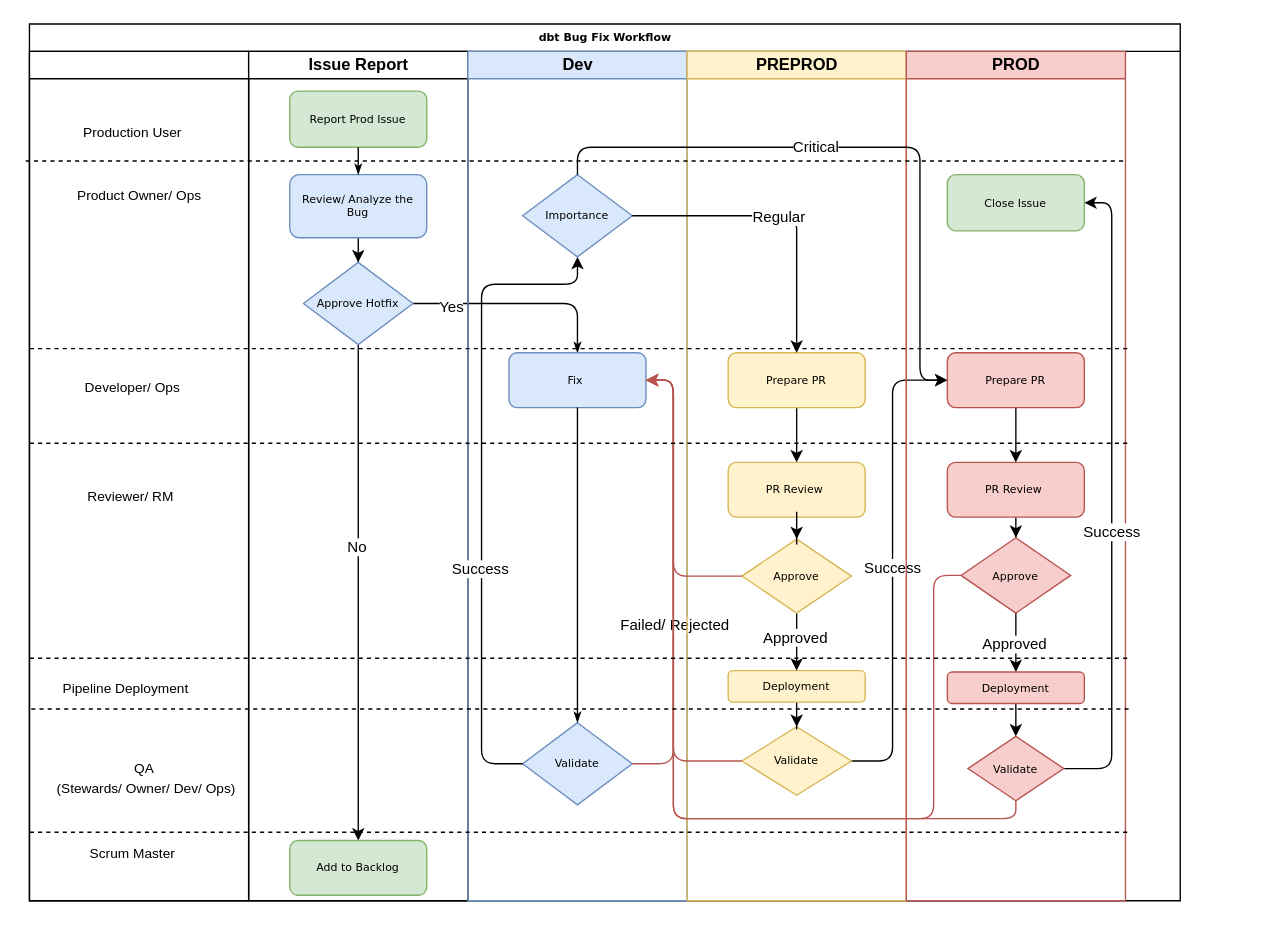
Earlier version of the draw.io diagram dbtFlow.drawio (jijeeshme/diagrams). Source tidied: cells renumbered, new cells numbered last; positions are measured from the earlier drawing's top-left corner, leaving out a move shared by most shapes. Both pictures are drawn from the tidied source at 137%, with x=0, y=0 at pixel (25, 23).
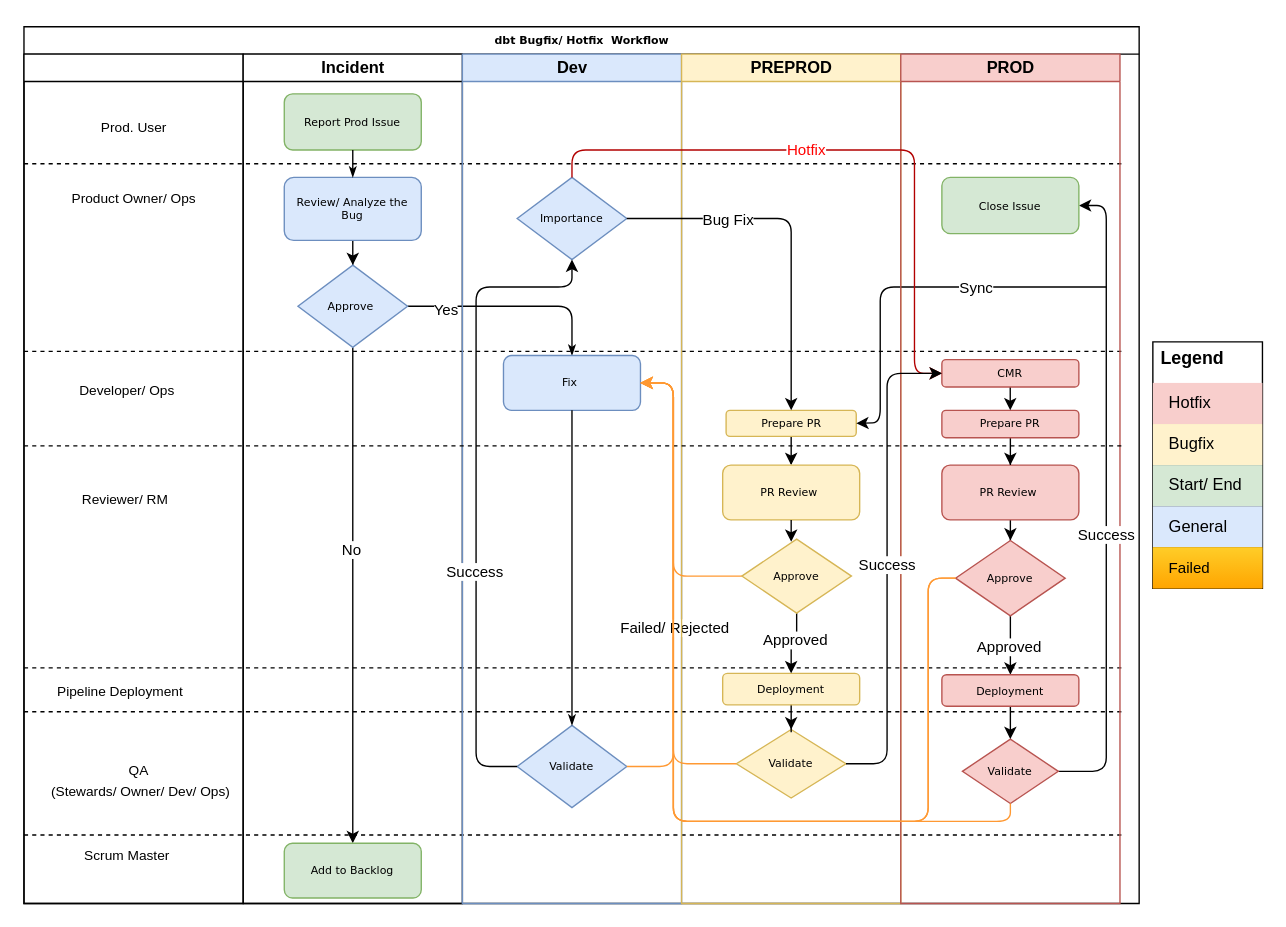
Above is the later version.

The change refers to these unchanged cells:
```xml
<mxCell id="3" style="swimlane;html=1;startSize=20;" parent="2" vertex="1">
  <mxGeometry y="20" width="160" height="620" as="geometry" />
</mxCell>
<mxCell id="22" value="Dev" style="swimlane;html=1;startSize=20;fillColor=#dae8fc;strokeColor=#6c8ebf;" parent="2" vertex="1">
  <mxGeometry x="320" y="20" width="160" height="620" as="geometry" />
</mxCell>
<mxCell id="23" value="Fix&amp;nbsp;" style="rounded=1;whiteSpace=wrap;html=1;shadow=0;labelBackgroundColor=none;strokeWidth=1;fontFamily=Verdana;fontSize=8;align=center;fillColor=#dae8fc;strokeColor=#6c8ebf;" parent="22" vertex="1">
  <mxGeometry x="30" y="220" width="100" height="40" as="geometry" />
</mxCell>
<mxCell id="24" value="Validate" style="rhombus;whiteSpace=wrap;html=1;rounded=0;shadow=0;labelBackgroundColor=none;strokeWidth=1;fontFamily=Verdana;fontSize=8;align=center;fillColor=#dae8fc;strokeColor=#6c8ebf;" parent="22" vertex="1">
  <mxGeometry x="40" y="490" width="80" height="60" as="geometry" />
</mxCell>
<mxCell id="28" value="Importance" style="rhombus;whiteSpace=wrap;html=1;rounded=0;shadow=0;labelBackgroundColor=none;strokeWidth=1;fontFamily=Verdana;fontSize=8;align=center;fillColor=#dae8fc;strokeColor=#6c8ebf;" parent="22" vertex="1">
  <mxGeometry x="40" y="90" width="80" height="60" as="geometry" />
</mxCell>
<mxCell id="29" value="PREPROD" style="swimlane;html=1;startSize=20;fillColor=#fff2cc;strokeColor=#d6b656;" parent="2" vertex="1">
  <mxGeometry x="480" y="20" width="160" height="620" as="geometry" />
</mxCell>
<mxCell id="32" value="PR Review&amp;nbsp;" style="rounded=1;whiteSpace=wrap;html=1;shadow=0;labelBackgroundColor=none;strokeWidth=1;fontFamily=Verdana;fontSize=8;align=center;fillColor=#fff2cc;strokeColor=#d6b656;" parent="29" vertex="1">
  <mxGeometry x="30" y="300" width="100" height="40" as="geometry" />
</mxCell>
<mxCell id="35" value="Validate" style="rhombus;whiteSpace=wrap;html=1;rounded=0;shadow=0;labelBackgroundColor=none;strokeWidth=1;fontFamily=Verdana;fontSize=8;align=center;fillColor=#fff2cc;strokeColor=#d6b656;" parent="29" vertex="1">
  <mxGeometry x="40" y="493" width="80" height="50" as="geometry" />
</mxCell>
<mxCell id="38" value="PROD" style="swimlane;html=1;startSize=20;fillColor=#f8cecc;strokeColor=#b85450;" parent="2" vertex="1">
  <mxGeometry x="640" y="20" width="160" height="620" as="geometry" />
</mxCell>
<mxCell id="45" value="Approve" style="rhombus;whiteSpace=wrap;html=1;rounded=0;shadow=0;labelBackgroundColor=none;strokeWidth=1;fontFamily=Verdana;fontSize=8;align=center;fillColor=#f8cecc;strokeColor=#b85450;" parent="38" vertex="1">
  <mxGeometry x="40" y="355" width="80" height="55" as="geometry" />
</mxCell>
<mxCell id="48" value="Validate" style="rhombus;whiteSpace=wrap;html=1;rounded=0;shadow=0;labelBackgroundColor=none;strokeWidth=1;fontFamily=Verdana;fontSize=8;align=center;fillColor=#f8cecc;strokeColor=#b85450;" parent="38" vertex="1">
  <mxGeometry x="45" y="500" width="70" height="47" as="geometry" />
</mxCell>
<mxCell id="64" value="Approve" style="rhombus;whiteSpace=wrap;html=1;rounded=0;shadow=0;labelBackgroundColor=none;strokeWidth=1;fontFamily=Verdana;fontSize=8;align=center;fillColor=#fff2cc;strokeColor=#d6b656;" parent="1" vertex="1">
  <mxGeometry x="523" y="376" width="80" height="54" as="geometry" />
</mxCell>
```

The edit, as a diff of the source:
```diff
@@
-    <mxCell id="2" value="dbt Bug Fix Workflow" style="swimlane;html=1;startSize=20;rounded=0;shadow=0;labelBackgroundColor=none;strokeWidth=1;fontFamily=Verdana;fontSize=8;align=center;" parent="1" vertex="1">
-      <mxGeometry x="3" width="840" height="640" as="geometry" />
+    <mxCell id="2" value="dbt Bugfix/ Hotfix&amp;nbsp; Workflow" style="swimlane;html=1;startSize=20;rounded=0;shadow=0;labelBackgroundColor=none;strokeWidth=1;fontFamily=Verdana;fontSize=8;align=center;" parent="1" vertex="1">
+      <mxGeometry x="-1" y="2" width="814" height="640" as="geometry" />
     </mxCell>
@@
-    <mxCell id="4" value="&lt;font style=&quot;font-size: 10px;&quot;&gt;Production User&lt;/font&gt;" style="text;html=1;align=center;verticalAlign=middle;strokeColor=none;fillColor=none;" parent="3" vertex="1">
-      <mxGeometry x="25" y="44" width="100" height="30" as="geometry" />
+    <mxCell id="4" value="&lt;span style=&quot;font-size: 10px;&quot;&gt;&amp;nbsp; &amp;nbsp;&lt;/span&gt;" style="text;html=1;align=center;verticalAlign=middle;strokeColor=none;fillColor=none;" parent="3" vertex="1">
+      <mxGeometry x="60" y="44" width="30" height="30" as="geometry" />
     </mxCell>
@@
+    <mxCell id="61" style="endArrow=none;dashed=1;html=1;rounded=0;" parent="3" edge="1">
+      <mxGeometry relative="1" as="geometry">
+        <mxPoint y="80" as="sourcePoint" />
+        <mxPoint x="802.7" y="80" as="targetPoint" />
+      </mxGeometry>
+    </mxCell>
+    <mxCell id="67" style="endArrow=none;dashed=1;html=1;rounded=0;" parent="3" edge="1">
+      <mxGeometry relative="1" as="geometry">
+        <mxPoint y="217" as="sourcePoint" />
+        <mxPoint x="804" y="217" as="targetPoint" />
+      </mxGeometry>
+    </mxCell>
+    <mxCell id="69" style="endArrow=none;dashed=1;html=1;rounded=0;" parent="3" edge="1">
+      <mxGeometry relative="1" as="geometry">
+        <mxPoint y="448" as="sourcePoint" />
+        <mxPoint x="804" y="448" as="targetPoint" />
+      </mxGeometry>
+    </mxCell>
+    <mxCell id="71" style="endArrow=none;dashed=1;html=1;rounded=0;" parent="3" edge="1">
+      <mxGeometry relative="1" as="geometry">
+        <mxPoint y="480" as="sourcePoint" />
+        <mxPoint x="804" y="480" as="targetPoint" />
+      </mxGeometry>
+    </mxCell>
+    <mxCell id="70" style="endArrow=none;dashed=1;html=1;rounded=0;" parent="3" edge="1">
+      <mxGeometry relative="1" as="geometry">
+        <mxPoint y="570" as="sourcePoint" />
+        <mxPoint x="804" y="570" as="targetPoint" />
+      </mxGeometry>
+    </mxCell>
+    <mxCell id="72" value="&lt;font style=&quot;font-size: 10px;&quot;&gt;Prod. User&lt;/font&gt;" style="text;html=1;align=center;verticalAlign=middle;strokeColor=none;fillColor=none;" parent="3" vertex="1">
+      <mxGeometry x="45" y="38" width="70" height="30" as="geometry" />
+    </mxCell>
@@
-    <mxCell id="13" value="Issue Report" style="swimlane;html=1;startSize=20;" parent="2" vertex="1">
+    <mxCell id="13" value="Incident" style="swimlane;html=1;startSize=20;" parent="2" vertex="1">
       <mxGeometry x="160" y="20" width="160" height="620" as="geometry" />
     </mxCell>
@@
-    <mxCell id="20" value="Approve Hotfix" style="rhombus;whiteSpace=wrap;html=1;rounded=0;shadow=0;labelBackgroundColor=none;strokeWidth=1;fontFamily=Verdana;fontSize=8;align=center;fillColor=#dae8fc;strokeColor=#6c8ebf;" parent="13" vertex="1">
+    <mxCell id="20" value="Approve&amp;nbsp;" style="rhombus;whiteSpace=wrap;html=1;rounded=0;shadow=0;labelBackgroundColor=none;strokeWidth=1;fontFamily=Verdana;fontSize=8;align=center;fillColor=#dae8fc;strokeColor=#6c8ebf;" parent="13" vertex="1">
       <mxGeometry x="40" y="154" width="80" height="60" as="geometry" />
     </mxCell>
@@
-    <mxCell id="26" style="edgeStyle=orthogonalEdgeStyle;rounded=1;html=1;labelBackgroundColor=none;startArrow=none;startFill=0;startSize=5;endArrow=classicThin;endFill=1;endSize=5;jettySize=auto;strokeWidth=1;fontFamily=Verdana;fontSize=8;entryX=1;entryY=0.5;entryDx=0;entryDy=0;exitX=1;exitY=0.5;exitDx=0;exitDy=0;fillColor=#f8cecc;strokeColor=#b85450;" parent="22" edge="1" source="24" target="23">
+    <mxCell id="26" style="edgeStyle=orthogonalEdgeStyle;rounded=1;html=1;labelBackgroundColor=none;startArrow=none;startFill=0;startSize=5;endArrow=classicThin;endFill=1;endSize=5;jettySize=auto;strokeWidth=1;fontFamily=Verdana;fontSize=8;entryX=1;entryY=0.5;entryDx=0;entryDy=0;exitX=1;exitY=0.5;exitDx=0;exitDy=0;fillColor=#f8cecc;strokeColor=#FF9933;" parent="22" edge="1" source="24" target="23">
       <mxGeometry relative="1" as="geometry">
         <Array as="points">
-          <mxPoint x="150" y="520" />
-          <mxPoint x="150" y="240" />
+          <mxPoint x="154" y="520" />
+          <mxPoint x="154" y="240" />
         </Array>
       </mxGeometry>
     </mxCell>
@@
     <mxCell id="31" value="Prepare PR" style="rounded=1;whiteSpace=wrap;html=1;shadow=0;labelBackgroundColor=none;strokeWidth=1;fontFamily=Verdana;fontSize=8;align=center;fillColor=#fff2cc;strokeColor=#d6b656;" parent="29" vertex="1">
-      <mxGeometry x="30" y="220" width="100" height="40" as="geometry" />
+      <mxGeometry x="32.5" y="260" width="95" height="19" as="geometry" />
     </mxCell>
@@
-    <mxCell id="33" style="edgeStyle=orthogonalEdgeStyle;rounded=1;jettySize=auto;html=1;exitX=1;exitY=0.5;exitDx=0;exitDy=0;" parent="29" edge="1" source="35">
-      <mxGeometry relative="1" as="geometry">
-        <mxPoint x="190" y="240" as="targetPoint" />
-        <Array as="points">
-          <mxPoint x="150" y="518" />
-          <mxPoint x="150" y="240" />
-        </Array>
-      </mxGeometry>
-    </mxCell>
-    <mxCell id="34" value="Success" style="edgeLabel;html=1;align=center;verticalAlign=middle;" parent="33" vertex="1">
-      <mxGeometry x="-0.01" y="1" relative="1" as="geometry" />
-    </mxCell>
@@
+    <mxCell id="73" style="endArrow=classic;html=1;rounded=1;entryX=1;entryY=0.5;entryDx=0;entryDy=0;" parent="29" edge="1" target="31">
+      <mxGeometry relative="1" as="geometry">
+        <mxPoint x="310" y="170" as="sourcePoint" />
+        <Array as="points">
+          <mxPoint x="145" y="170" />
+          <mxPoint x="145" y="269" />
+        </Array>
+      </mxGeometry>
+    </mxCell>
+    <mxCell id="74" value="Sync" style="edgeLabel;html=1;align=center;verticalAlign=middle;" parent="73" vertex="1">
+      <mxGeometry x="-0.12" relative="1" as="geometry">
+        <mxPoint x="28" as="offset" />
+      </mxGeometry>
+    </mxCell>
+    <mxCell id="75" style="edgeStyle=orthogonalEdgeStyle;rounded=0;orthogonalLoop=1;jettySize=auto;html=1;entryX=0.5;entryY=0;entryDx=0;entryDy=0;" parent="29" edge="1">
+      <mxGeometry relative="1" as="geometry">
+        <mxPoint x="80" y="340" as="sourcePoint" />
+        <mxPoint x="80" y="356" as="targetPoint" />
+      </mxGeometry>
+    </mxCell>
@@
     <mxCell id="42" value="Prepare PR" style="rounded=1;whiteSpace=wrap;html=1;shadow=0;labelBackgroundColor=none;strokeWidth=1;fontFamily=Verdana;fontSize=8;align=center;fillColor=#f8cecc;strokeColor=#b85450;" parent="38" vertex="1">
-      <mxGeometry x="30" y="220" width="100" height="40" as="geometry" />
+      <mxGeometry x="30" y="260" width="100" height="20" as="geometry" />
     </mxCell>
@@
+    <mxCell id="76" style="edgeStyle=orthogonalEdgeStyle;rounded=0;orthogonalLoop=1;jettySize=auto;html=1;entryX=0.5;entryY=0;entryDx=0;entryDy=0;" parent="38" edge="1">
+      <mxGeometry relative="1" as="geometry">
+        <mxPoint x="79.9" y="243" as="sourcePoint" />
+        <mxPoint x="79.9" y="260" as="targetPoint" />
+      </mxGeometry>
+    </mxCell>
+    <mxCell id="77" value="CMR" style="rounded=1;whiteSpace=wrap;html=1;shadow=0;labelBackgroundColor=none;strokeWidth=1;fontFamily=Verdana;fontSize=8;align=center;fillColor=#f8cecc;strokeColor=#b85450;" parent="38" vertex="1">
+      <mxGeometry x="30" y="223" width="100" height="20" as="geometry" />
+    </mxCell>
@@
-    <mxCell id="54" style="edgeStyle=orthogonalEdgeStyle;rounded=1;jettySize=auto;html=1;exitX=0.5;exitY=0;exitDx=0;exitDy=0;entryX=0;entryY=0.5;entryDx=0;entryDy=0;" parent="2" edge="1" source="28" target="42">
+    <mxCell id="54" style="edgeStyle=orthogonalEdgeStyle;rounded=1;jettySize=auto;html=1;exitX=0.5;exitY=0;exitDx=0;exitDy=0;entryX=0;entryY=0.5;entryDx=0;entryDy=0;fillColor=#e51400;strokeColor=#B20000;strokeWidth=1;" parent="2" edge="1" source="28" target="77">
       <mxGeometry relative="1" as="geometry">
         <Array as="points">
           <mxPoint x="400" y="90" />
           <mxPoint x="650" y="90" />
-          <mxPoint x="650" y="260" />
+          <mxPoint x="650" y="253" />
         </Array>
       </mxGeometry>
     </mxCell>
-    <mxCell id="55" value="Critical" style="edgeLabel;html=1;align=center;verticalAlign=middle;" parent="54" vertex="1">
+    <mxCell id="55" value="&lt;font color=&quot;#ff0000&quot;&gt;Hotfix&lt;/font&gt;" style="edgeLabel;html=1;align=center;verticalAlign=middle;" parent="54" vertex="1">
       <mxGeometry x="-0.16" y="1" relative="1" as="geometry" />
     </mxCell>
-    <mxCell id="56" style="edgeStyle=orthogonalEdgeStyle;rounded=1;jettySize=auto;html=1;" parent="2" edge="1" source="28" target="31">
+    <mxCell id="56" style="edgeStyle=orthogonalEdgeStyle;rounded=1;jettySize=auto;html=1;entryX=0.5;entryY=0;entryDx=0;entryDy=0;" parent="2" edge="1" source="28" target="31">
       <mxGeometry relative="1" as="geometry" />
     </mxCell>
-    <mxCell id="57" value="Regular" style="edgeLabel;html=1;align=center;verticalAlign=middle;" parent="56" vertex="1">
-      <mxGeometry x="-0.04" relative="1" as="geometry" />
+    <mxCell id="57" value="Bug Fix" style="edgeLabel;html=1;align=center;verticalAlign=middle;" parent="56" vertex="1">
+      <mxGeometry x="-0.04" relative="1" as="geometry">
+        <mxPoint x="-47" y="-5" as="offset" />
+      </mxGeometry>
     </mxCell>
-    <mxCell id="58" style="edgeStyle=orthogonalEdgeStyle;rounded=1;jettySize=auto;html=1;entryX=1;entryY=0.5;entryDx=0;entryDy=0;fillColor=#f8cecc;strokeColor=#b85450;" parent="2" edge="1" source="35" target="23">
+    <mxCell id="58" style="edgeStyle=orthogonalEdgeStyle;rounded=1;jettySize=auto;html=1;entryX=1;entryY=0.5;entryDx=0;entryDy=0;fillColor=#ffcc99;strokeColor=#FF9933;" parent="2" edge="1" source="35" target="23">
       <mxGeometry relative="1" as="geometry">
         <Array as="points">
-          <mxPoint x="470" y="538" />
-          <mxPoint x="470" y="260" />
+          <mxPoint x="474" y="538" />
+          <mxPoint x="474" y="260" />
         </Array>
       </mxGeometry>
     </mxCell>
-    <mxCell id="59" style="edgeStyle=orthogonalEdgeStyle;rounded=1;jettySize=auto;html=1;entryX=1;entryY=0.5;entryDx=0;entryDy=0;exitX=0;exitY=0.5;exitDx=0;exitDy=0;fillColor=#f8cecc;strokeColor=#b85450;" parent="2" edge="1" source="45" target="23">
+    <mxCell id="59" style="edgeStyle=orthogonalEdgeStyle;rounded=1;jettySize=auto;html=1;entryX=1;entryY=0.5;entryDx=0;entryDy=0;exitX=0;exitY=0.5;exitDx=0;exitDy=0;fillColor=#ffcc99;strokeColor=#FF9933;" parent="2" edge="1" source="45" target="23">
       <mxGeometry relative="1" as="geometry">
         <Array as="points">
           <mxPoint x="660" y="403" />
           <mxPoint x="660" y="580" />
-          <mxPoint x="470" y="580" />
-          <mxPoint x="470" y="260" />
+          <mxPoint x="474" y="580" />
+          <mxPoint x="474" y="260" />
         </Array>
       </mxGeometry>
     </mxCell>
-    <mxCell id="60" style="edgeStyle=orthogonalEdgeStyle;rounded=1;jettySize=auto;html=1;entryX=1;entryY=0.5;entryDx=0;entryDy=0;fillColor=#f8cecc;strokeColor=#b85450;exitX=0.5;exitY=1;exitDx=0;exitDy=0;" parent="2" edge="1" source="48" target="23">
+    <mxCell id="60" style="edgeStyle=orthogonalEdgeStyle;rounded=1;jettySize=auto;html=1;entryX=1;entryY=0.5;entryDx=0;entryDy=0;fillColor=#ffcc99;strokeColor=#FF9933;exitX=0.5;exitY=1;exitDx=0;exitDy=0;" parent="2" edge="1" source="48" target="23">
       <mxGeometry relative="1" as="geometry">
         <Array as="points">
           <mxPoint x="720" y="580" />
-          <mxPoint x="470" y="580" />
-          <mxPoint x="470" y="260" />
+          <mxPoint x="474" y="580" />
+          <mxPoint x="474" y="260" />
         </Array>
       </mxGeometry>
     </mxCell>
-    <mxCell id="61" style="endArrow=none;dashed=1;html=1;rounded=0;" parent="1" edge="1">
-      <mxGeometry relative="1" as="geometry">
-        <mxPoint x="0.3" y="100" as="sourcePoint" />
-        <mxPoint x="804.3" y="100" as="targetPoint" />
-      </mxGeometry>
-    </mxCell>
+    <mxCell id="33" style="edgeStyle=orthogonalEdgeStyle;rounded=1;jettySize=auto;html=1;exitX=1;exitY=0.5;exitDx=0;exitDy=0;entryX=0;entryY=0.5;entryDx=0;entryDy=0;" parent="2" edge="1" source="35" target="77">
+      <mxGeometry relative="1" as="geometry">
+        <Array as="points">
+          <mxPoint x="630" y="538" />
+          <mxPoint x="630" y="253" />
+        </Array>
+      </mxGeometry>
+    </mxCell>
+    <mxCell id="34" value="Success" style="edgeLabel;html=1;align=center;verticalAlign=middle;" parent="33" vertex="1">
+      <mxGeometry x="-0.01" y="1" relative="1" as="geometry" />
+    </mxCell>
+    <mxCell id="68" style="endArrow=none;dashed=1;html=1;rounded=0;" parent="2" edge="1">
+      <mxGeometry relative="1" as="geometry">
+        <mxPoint y="306" as="sourcePoint" />
+        <mxPoint x="804" y="306" as="targetPoint" />
+      </mxGeometry>
+    </mxCell>
+    <mxCell id="78" style="edgeStyle=orthogonalEdgeStyle;rounded=1;jettySize=auto;html=1;entryX=1;entryY=0.5;entryDx=0;entryDy=0;exitX=0;exitY=0.5;exitDx=0;exitDy=0;fillColor=#ffcc99;strokeColor=#FF9933;" parent="2" edge="1" source="45" target="23">
+      <mxGeometry relative="1" as="geometry">
+        <Array as="points">
+          <mxPoint x="660" y="403" />
+          <mxPoint x="660" y="580" />
+          <mxPoint x="474" y="580" />
+          <mxPoint x="474" y="260" />
+        </Array>
+      </mxGeometry>
+    </mxCell>
@@
+    <mxCell id="65" style="edgeStyle=orthogonalEdgeStyle;rounded=1;jettySize=auto;html=1;entryX=1;entryY=0.5;entryDx=0;entryDy=0;strokeColor=#FF9933;" parent="1" edge="1" source="64" target="23">
+      <mxGeometry relative="1" as="geometry">
+        <Array as="points">
+          <mxPoint x="473" y="403" />
+          <mxPoint x="473" y="262" />
+        </Array>
+      </mxGeometry>
+    </mxCell>
@@
-    <mxCell id="65" style="edgeStyle=orthogonalEdgeStyle;rounded=1;jettySize=auto;html=1;entryX=1;entryY=0.5;entryDx=0;entryDy=0;fillColor=#f8cecc;strokeColor=#b85450;exitX=0;exitY=0.5;exitDx=0;exitDy=0;" parent="1" edge="1" source="64" target="23">
-      <mxGeometry relative="1" as="geometry">
-        <Array as="points">
-          <mxPoint x="473" y="403" />
-          <mxPoint x="473" y="260" />
-        </Array>
-      </mxGeometry>
-    </mxCell>
-    <mxCell id="66" style="edgeStyle=orthogonalEdgeStyle;rounded=0;jettySize=auto;html=1;" parent="1" edge="1" source="32" target="64">
-      <mxGeometry relative="1" as="geometry" />
-    </mxCell>
-    <mxCell id="67" style="endArrow=none;dashed=1;html=1;rounded=0;" parent="1" edge="1">
-      <mxGeometry relative="1" as="geometry">
-        <mxPoint x="3.3" y="237" as="sourcePoint" />
-        <mxPoint x="807.3" y="237" as="targetPoint" />
-      </mxGeometry>
-    </mxCell>
-    <mxCell id="68" style="endArrow=none;dashed=1;html=1;rounded=0;" parent="1" edge="1">
-      <mxGeometry relative="1" as="geometry">
-        <mxPoint x="3.3" y="306" as="sourcePoint" />
-        <mxPoint x="807.3" y="306" as="targetPoint" />
-      </mxGeometry>
-    </mxCell>
-    <mxCell id="69" style="endArrow=none;dashed=1;html=1;rounded=0;" parent="1" edge="1">
-      <mxGeometry relative="1" as="geometry">
-        <mxPoint x="3.3" y="463" as="sourcePoint" />
-        <mxPoint x="807.3" y="463" as="targetPoint" />
-      </mxGeometry>
-    </mxCell>
-    <mxCell id="70" style="endArrow=none;dashed=1;html=1;rounded=0;" parent="1" edge="1">
-      <mxGeometry relative="1" as="geometry">
-        <mxPoint x="3.3" y="590" as="sourcePoint" />
-        <mxPoint x="807.3" y="590" as="targetPoint" />
-      </mxGeometry>
-    </mxCell>
-    <mxCell id="71" style="endArrow=none;dashed=1;html=1;rounded=0;" parent="1" edge="1">
-      <mxGeometry relative="1" as="geometry">
-        <mxPoint x="4.3" y="500" as="sourcePoint" />
-        <mxPoint x="808.3" y="500" as="targetPoint" />
-      </mxGeometry>
-    </mxCell>
+    <mxCell id="79" value="Legend" style="shape=table;startSize=30;childLayout=tableLayout;fontSize=13;align=left;verticalAlign=top;fontStyle=1;spacingLeft=6;spacing=0;rounded=0;swimlaneLine=0;shadow=0;fixedWidth=0;" parent="1" vertex="1">
+      <mxGeometry x="823" y="232" width="80" height="180" as="geometry" />
+    </mxCell>
+    <mxCell id="80" style="shape=tableRow;horizontal=0;startSize=0;swimlaneHead=0;swimlaneBody=0;strokeColor=inherit;top=0;left=0;bottom=0;right=0;fillColor=none;fontSize=12;" parent="79" vertex="1">
+      <mxGeometry y="30" width="80" height="30" as="geometry" />
+    </mxCell>
+    <mxCell id="81" value="Hotfix" style="shape=partialRectangle;html=1;whiteSpace=wrap;strokeColor=#b85450;overflow=hidden;fillColor=#f8cecc;top=0;left=0;bottom=0;right=0;fontSize=12;align=left;spacingLeft=10;spacingRight=4;" parent="80" vertex="1">
+      <mxGeometry width="80" height="30" as="geometry" />
+    </mxCell>
+    <mxCell id="82" style="shape=tableRow;horizontal=0;startSize=0;swimlaneHead=0;swimlaneBody=0;strokeColor=inherit;top=0;left=0;bottom=0;right=0;fillColor=none;fontSize=12;" parent="79" vertex="1">
+      <mxGeometry y="60" width="80" height="30" as="geometry" />
+    </mxCell>
+    <mxCell id="83" value="Bugfix" style="shape=partialRectangle;html=1;whiteSpace=wrap;strokeColor=#d6b656;overflow=hidden;fillColor=#fff2cc;top=0;left=0;bottom=0;right=0;fontSize=12;align=left;spacingLeft=10;spacingRight=4;" parent="82" vertex="1">
+      <mxGeometry width="80" height="30" as="geometry" />
+    </mxCell>
+    <mxCell id="84" style="shape=tableRow;horizontal=0;startSize=0;swimlaneHead=0;swimlaneBody=0;strokeColor=inherit;top=0;left=0;bottom=0;right=0;fillColor=none;fontSize=12;" parent="79" vertex="1">
+      <mxGeometry y="90" width="80" height="30" as="geometry" />
+    </mxCell>
+    <mxCell id="85" value="Start/ End" style="shape=partialRectangle;html=1;whiteSpace=wrap;strokeColor=#82b366;overflow=hidden;fillColor=#d5e8d4;top=0;left=0;bottom=0;right=0;fontSize=12;align=left;spacingLeft=10;spacingRight=4;" parent="84" vertex="1">
+      <mxGeometry width="80" height="30" as="geometry" />
+    </mxCell>
+    <mxCell id="86" style="shape=tableRow;horizontal=0;startSize=0;swimlaneHead=0;swimlaneBody=0;strokeColor=inherit;top=0;left=0;bottom=0;right=0;fillColor=none;fontSize=12;" parent="79" vertex="1">
+      <mxGeometry y="120" width="80" height="30" as="geometry" />
+    </mxCell>
+    <mxCell id="87" value="General" style="shape=partialRectangle;html=1;whiteSpace=wrap;strokeColor=#6c8ebf;overflow=hidden;fillColor=#dae8fc;top=0;left=0;bottom=0;right=0;fontSize=12;align=left;spacingLeft=10;spacingRight=4;" parent="86" vertex="1">
+      <mxGeometry width="80" height="30" as="geometry" />
+    </mxCell>
+    <mxCell id="88" style="shape=tableRow;horizontal=0;startSize=0;swimlaneHead=0;swimlaneBody=0;strokeColor=#BD7000;top=0;left=0;bottom=0;right=0;fillColor=#f0a30a;fontSize=12;fontColor=#000000;" parent="79" vertex="1">
+      <mxGeometry y="150" width="80" height="30" as="geometry" />
+    </mxCell>
+    <mxCell id="89" value="&lt;font style=&quot;font-size: 11px;&quot;&gt;Failed&lt;/font&gt;" style="shape=partialRectangle;html=1;whiteSpace=wrap;strokeColor=#d79b00;overflow=hidden;fillColor=#ffcd28;top=0;left=0;bottom=0;right=0;fontSize=12;align=left;spacingLeft=10;spacingRight=4;gradientColor=#ffa500;" parent="88" vertex="1">
+      <mxGeometry width="80" height="30" as="geometry" />
+    </mxCell>
```
